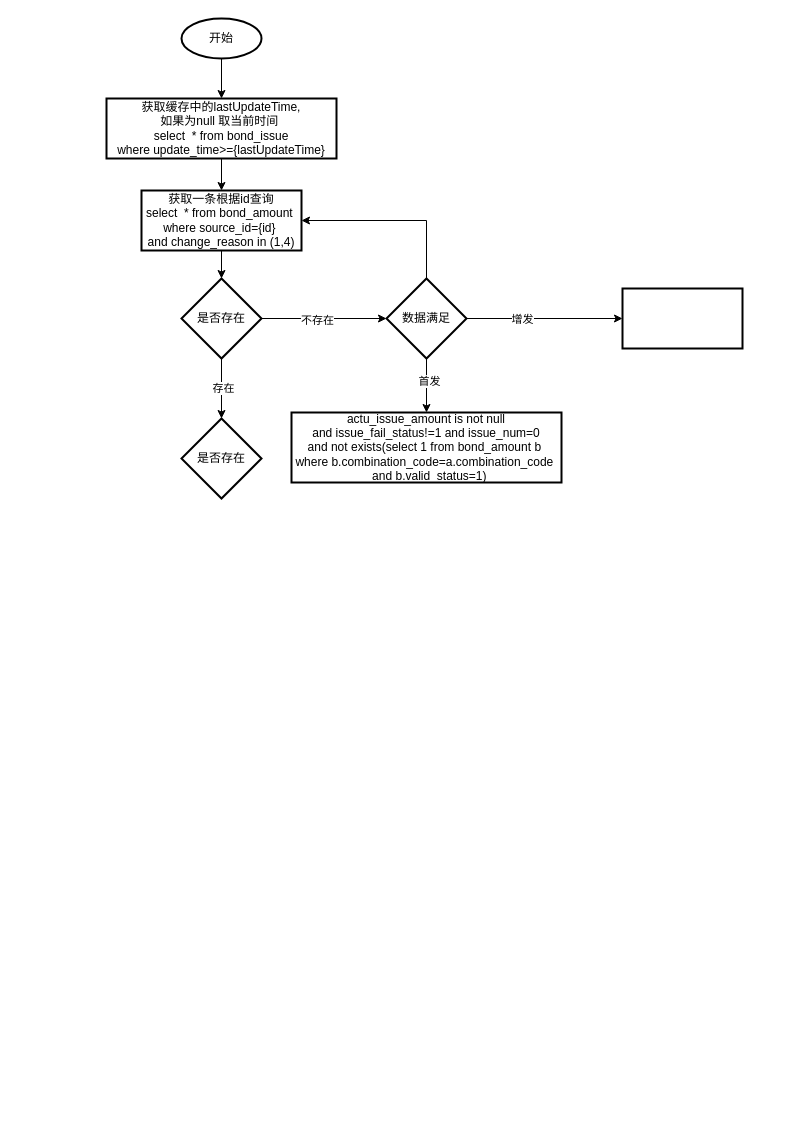
Before: bondAmount首发流程.drawio in xbluckly/test, a draw.io diagram. Source tidied: cells renumbered, new cells numbered last; positions are measured from the earlier drawing's top-left corner, leaving out a move shared by most shapes. Both pictures are drawn from the tidied source at 100%, with x=0, y=0 at pixel (106, 18).
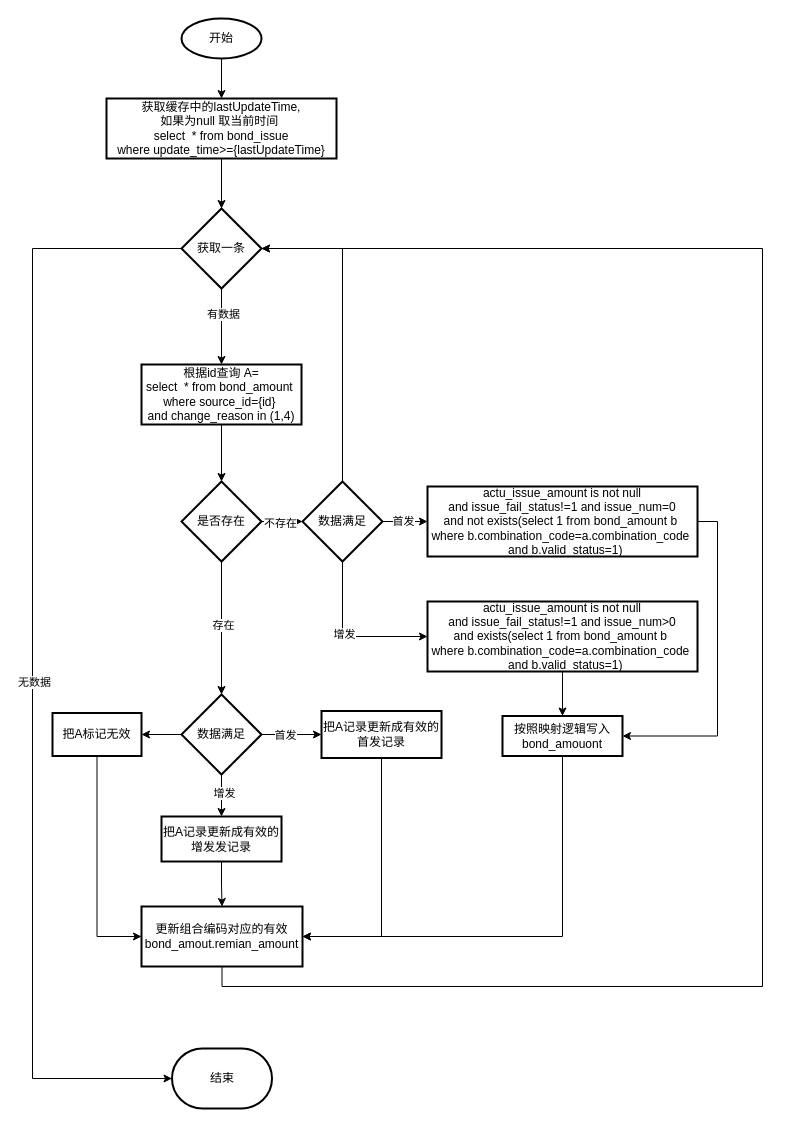
After the change.

Commit message:
更新bondAmount首发流程.drawio

The change refers to these unchanged cells:
```xml
<mxCell id="5" value="获取缓存中的lastUpdateTime,&lt;br&gt;如果为null 取当前时间&amp;nbsp;&lt;br&gt;&lt;span style=&quot;background-color: transparent;&quot;&gt;select&amp;nbsp; * from bond_issue&lt;/span&gt;&lt;div&gt;where update_time&amp;gt;={lastUpdateTime}&lt;/div&gt;" style="whiteSpace=wrap;html=1;strokeWidth=2;" parent="1" vertex="1">
  <mxGeometry y="80" width="230" height="60" as="geometry" />
</mxCell>
```

Diff of the diagram source:
```diff
@@
-    <mxCell id="4" style="edgeStyle=orthogonalEdgeStyle;rounded=0;jettySize=auto;html=1;" parent="1" edge="1" source="5" target="7">
-      <mxGeometry relative="1" as="geometry" />
-    </mxCell>
+    <mxCell id="22" style="edgeStyle=orthogonalEdgeStyle;rounded=0;jettySize=auto;html=1;" parent="1" edge="1" source="5" target="46">
+      <mxGeometry relative="1" as="geometry" />
+    </mxCell>
@@
-    <mxCell id="7" value="&lt;div&gt;获取一条根据id查询&lt;/div&gt;&lt;div&gt;select&amp;nbsp; * from bond_amount&amp;nbsp;&lt;/div&gt;&lt;div&gt;where source_id={id}&amp;nbsp;&lt;/div&gt;&lt;div&gt;and change_reason in (1,4)&lt;/div&gt;" style="whiteSpace=wrap;html=1;strokeWidth=2;" parent="1" vertex="1">
-      <mxGeometry x="35" y="172" width="160" height="60" as="geometry" />
+    <mxCell id="7" value="&lt;div&gt;根据id查询 A=&lt;/div&gt;&lt;div&gt;select&amp;nbsp; * from bond_amount&amp;nbsp;&lt;/div&gt;&lt;div&gt;where source_id={id}&amp;nbsp;&lt;/div&gt;&lt;div&gt;and change_reason in (1,4)&lt;/div&gt;" style="whiteSpace=wrap;html=1;strokeWidth=2;" parent="1" vertex="1">
+      <mxGeometry x="35" y="346" width="160" height="60" as="geometry" />
     </mxCell>
@@
     <mxCell id="12" value="是否存在" style="rhombus;whiteSpace=wrap;html=1;strokeWidth=2;" parent="1" vertex="1">
-      <mxGeometry x="75" y="260" width="80" height="80" as="geometry" />
+      <mxGeometry x="75" y="463" width="80" height="80" as="geometry" />
     </mxCell>
+    <mxCell id="23" style="edgeStyle=orthogonalEdgeStyle;rounded=0;jettySize=auto;html=1;" parent="1" edge="1" source="13" target="37">
+      <mxGeometry relative="1" as="geometry" />
+    </mxCell>
+    <mxCell id="24" value="增发" style="edgeLabel;html=1;align=center;verticalAlign=middle;" parent="23" vertex="1">
+      <mxGeometry x="-0.14" y="2" relative="1" as="geometry" />
+    </mxCell>
+    <mxCell id="25" style="edgeStyle=orthogonalEdgeStyle;rounded=0;jettySize=auto;html=1;" parent="1" edge="1" source="13" target="39">
+      <mxGeometry relative="1" as="geometry" />
+    </mxCell>
+    <mxCell id="26" value="首发" style="edgeLabel;html=1;align=center;verticalAlign=middle;" parent="25" vertex="1">
+      <mxGeometry x="-0.23" relative="1" as="geometry" />
+    </mxCell>
+    <mxCell id="27" style="edgeStyle=orthogonalEdgeStyle;rounded=0;jettySize=auto;html=1;" parent="1" edge="1" source="13" target="41">
+      <mxGeometry relative="1" as="geometry" />
+    </mxCell>
-    <mxCell id="13" value="是否存在" style="rhombus;whiteSpace=wrap;html=1;strokeWidth=2;" parent="1" vertex="1">
-      <mxGeometry x="75" y="400" width="80" height="80" as="geometry" />
+    <mxCell id="13" value="数据满足" style="rhombus;whiteSpace=wrap;html=1;strokeWidth=2;" parent="1" vertex="1">
+      <mxGeometry x="75" y="676" width="80" height="80" as="geometry" />
     </mxCell>
+    <mxCell id="18" style="edgeStyle=orthogonalEdgeStyle;rounded=0;jettySize=auto;html=1;exitX=0.5;exitY=0;exitDx=0;exitDy=0;entryX=1;entryY=0.5;entryDx=0;entryDy=0;" parent="1" edge="1" source="19" target="46">
+      <mxGeometry relative="1" as="geometry" />
+    </mxCell>
+    <mxCell id="28" style="edgeStyle=orthogonalEdgeStyle;rounded=0;jettySize=auto;html=1;" parent="1" edge="1" source="19" target="33">
+      <mxGeometry relative="1" as="geometry" />
+    </mxCell>
+    <mxCell id="29" value="首发" style="edgeLabel;html=1;align=center;verticalAlign=middle;" parent="28" vertex="1">
+      <mxGeometry x="-0.11" y="1" relative="1" as="geometry" />
+    </mxCell>
-    <mxCell id="14" style="edgeStyle=orthogonalEdgeStyle;rounded=0;jettySize=auto;html=1;" parent="1" edge="1" source="19" target="20">
+    <mxCell id="14" style="edgeStyle=orthogonalEdgeStyle;rounded=0;jettySize=auto;html=1;entryX=0;entryY=0.5;entryDx=0;entryDy=0;exitX=0.5;exitY=1;exitDx=0;exitDy=0;" parent="1" edge="1" source="19" target="20">
       <mxGeometry relative="1" as="geometry" />
     </mxCell>
-    <mxCell id="15" value="首发" style="edgeLabel;html=1;align=center;verticalAlign=middle;" parent="14" vertex="1">
-      <mxGeometry x="-0.2" y="2" relative="1" as="geometry" />
-    </mxCell>
-    <mxCell id="16" style="edgeStyle=orthogonalEdgeStyle;rounded=0;jettySize=auto;html=1;" parent="1" edge="1" source="19" target="21">
-      <mxGeometry relative="1" as="geometry" />
-    </mxCell>
-    <mxCell id="17" value="增发" style="edgeLabel;html=1;align=center;verticalAlign=middle;" parent="16" vertex="1">
-      <mxGeometry x="-0.3" relative="1" as="geometry" />
-    </mxCell>
-    <mxCell id="18" style="edgeStyle=orthogonalEdgeStyle;rounded=0;jettySize=auto;html=1;entryX=1;entryY=0.5;entryDx=0;entryDy=0;exitX=0.5;exitY=0;exitDx=0;exitDy=0;" parent="1" edge="1" source="19" target="7">
-      <mxGeometry relative="1" as="geometry" />
-    </mxCell>
+    <mxCell id="30" value="增发" style="edgeLabel;html=1;align=center;verticalAlign=middle;" parent="14" vertex="1">
+      <mxGeometry x="-0.11" y="1" relative="1" as="geometry">
+        <mxPoint y="1" as="offset" />
+      </mxGeometry>
+    </mxCell>
     <mxCell id="19" value="数据满足" style="rhombus;whiteSpace=wrap;html=1;strokeWidth=2;" parent="1" vertex="1">
-      <mxGeometry x="280" y="260" width="80" height="80" as="geometry" />
+      <mxGeometry x="196" y="463" width="80" height="80" as="geometry" />
     </mxCell>
+    <mxCell id="31" style="edgeStyle=orthogonalEdgeStyle;rounded=0;jettySize=auto;html=1;" parent="1" edge="1" source="20" target="35">
+      <mxGeometry relative="1" as="geometry" />
+    </mxCell>
-    <mxCell id="20" value="&lt;div&gt;actu_issue_amount is not null&lt;/div&gt;&lt;div&gt;and issue_fail_status!=1 and issue_num=0&lt;/div&gt;&lt;div&gt;and not exists(select 1 from bond_amount b&amp;nbsp;&lt;/div&gt;&lt;div&gt;where b.combination_code=a.combination_code&amp;nbsp;&lt;/div&gt;&lt;div&gt;&amp;nbsp; and b.valid_status=1)&lt;/div&gt;" style="whiteSpace=wrap;html=1;strokeWidth=2;" parent="1" vertex="1">
-      <mxGeometry x="185" y="394" width="270" height="70" as="geometry" />
+    <mxCell id="20" value="&lt;div&gt;actu_issue_amount is not null&lt;/div&gt;&lt;div&gt;and issue_fail_status!=1 and issue_num&amp;gt;0&lt;/div&gt;&lt;div&gt;and exists(select 1 from bond_amount b&amp;nbsp;&lt;/div&gt;&lt;div&gt;where b.combination_code=a.combination_code&amp;nbsp;&lt;/div&gt;&lt;div&gt;&amp;nbsp; and b.valid_status=1)&lt;/div&gt;" style="whiteSpace=wrap;html=1;strokeWidth=2;" parent="1" vertex="1">
+      <mxGeometry x="321" y="583" width="270" height="70" as="geometry" />
     </mxCell>
-    <mxCell id="21" style="whiteSpace=wrap;html=1;strokeWidth=2;" parent="1" vertex="1">
-      <mxGeometry x="516" y="270" width="120" height="60" as="geometry" />
-    </mxCell>
+    <mxCell id="32" style="edgeStyle=orthogonalEdgeStyle;rounded=0;jettySize=auto;html=1;entryX=1;entryY=0.5;entryDx=0;entryDy=0;exitX=1;exitY=0.5;exitDx=0;exitDy=0;" parent="1" edge="1" source="33" target="35">
+      <mxGeometry relative="1" as="geometry" />
+    </mxCell>
+    <mxCell id="33" value="&lt;div&gt;actu_issue_amount is not null&lt;/div&gt;&lt;div&gt;and issue_fail_status!=1 and issue_num=0&lt;/div&gt;&lt;div&gt;and not exists(select 1 from bond_amount b&amp;nbsp;&lt;/div&gt;&lt;div&gt;where b.combination_code=a.combination_code&amp;nbsp;&lt;/div&gt;&lt;div&gt;&amp;nbsp; and b.valid_status=1)&lt;/div&gt;" style="whiteSpace=wrap;html=1;strokeWidth=2;" parent="1" vertex="1">
+      <mxGeometry x="321" y="468" width="270" height="70" as="geometry" />
+    </mxCell>
+    <mxCell id="34" style="edgeStyle=orthogonalEdgeStyle;rounded=0;jettySize=auto;html=1;entryX=1;entryY=0.5;entryDx=0;entryDy=0;exitX=0.5;exitY=1;exitDx=0;exitDy=0;" parent="1" edge="1" source="35" target="48">
+      <mxGeometry relative="1" as="geometry" />
+    </mxCell>
+    <mxCell id="35" value="按照映射逻辑写入bond_amouont" style="whiteSpace=wrap;html=1;strokeWidth=2;" parent="1" vertex="1">
+      <mxGeometry x="396" y="697.5" width="120" height="40" as="geometry" />
+    </mxCell>
+    <mxCell id="36" style="edgeStyle=orthogonalEdgeStyle;rounded=0;jettySize=auto;html=1;" parent="1" edge="1" source="37" target="48">
+      <mxGeometry relative="1" as="geometry" />
+    </mxCell>
+    <mxCell id="37" value="&lt;br&gt;&lt;span style=&quot;color: rgb(0, 0, 0); font-family: Helvetica; font-size: 12px; font-style: normal; font-variant-ligatures: normal; font-variant-caps: normal; font-weight: 400; letter-spacing: normal; orphans: 2; text-align: center; text-indent: 0px; text-transform: none; widows: 2; word-spacing: 0px; -webkit-text-stroke-width: 0px; white-space: normal; background-color: rgb(251, 251, 251); text-decoration-thickness: initial; text-decoration-style: initial; text-decoration-color: initial; float: none; display: inline !important;&quot;&gt;把A记录更新成有效的增发发记录&lt;/span&gt;&lt;div&gt;&lt;br/&gt;&lt;/div&gt;" style="whiteSpace=wrap;html=1;strokeWidth=2;" parent="1" vertex="1">
+      <mxGeometry x="55" y="798" width="120" height="45" as="geometry" />
+    </mxCell>
+    <mxCell id="38" style="edgeStyle=orthogonalEdgeStyle;rounded=0;jettySize=auto;html=1;entryX=1;entryY=0.5;entryDx=0;entryDy=0;exitX=0.5;exitY=1;exitDx=0;exitDy=0;" parent="1" edge="1" source="39" target="48">
+      <mxGeometry relative="1" as="geometry" />
+    </mxCell>
+    <mxCell id="39" value="把A记录更新成有效的首发记录" style="whiteSpace=wrap;html=1;strokeWidth=2;" parent="1" vertex="1">
+      <mxGeometry x="215" y="692.5" width="120" height="47" as="geometry" />
+    </mxCell>
+    <mxCell id="40" style="edgeStyle=orthogonalEdgeStyle;rounded=0;jettySize=auto;html=1;entryX=0;entryY=0.5;entryDx=0;entryDy=0;" parent="1" edge="1" source="41" target="48">
+      <mxGeometry relative="1" as="geometry" />
+    </mxCell>
+    <mxCell id="41" value="把A标记无效" style="whiteSpace=wrap;html=1;strokeWidth=2;" parent="1" vertex="1">
+      <mxGeometry x="-54" y="694.5" width="89" height="43" as="geometry" />
+    </mxCell>
+    <mxCell id="42" style="edgeStyle=orthogonalEdgeStyle;rounded=0;jettySize=auto;html=1;" parent="1" edge="1" source="46" target="7">
+      <mxGeometry relative="1" as="geometry" />
+    </mxCell>
+    <mxCell id="43" value="有数据" style="edgeLabel;html=1;align=center;verticalAlign=middle;" parent="42" vertex="1">
+      <mxGeometry x="-0.34" y="1" relative="1" as="geometry" />
+    </mxCell>
+    <mxCell id="44" style="edgeStyle=orthogonalEdgeStyle;rounded=0;jettySize=auto;html=1;entryX=0;entryY=0.5;entryDx=0;entryDy=0;entryPerimeter=0;" parent="1" edge="1" source="46" target="49">
+      <mxGeometry relative="1" as="geometry">
+        <Array as="points">
+          <mxPoint x="-74" y="230" />
+          <mxPoint x="-74" y="1060" />
+        </Array>
+      </mxGeometry>
+    </mxCell>
+    <mxCell id="45" value="无数据" style="edgeLabel;html=1;align=center;verticalAlign=middle;" parent="44" vertex="1">
+      <mxGeometry x="0.04" y="1" relative="1" as="geometry" />
+    </mxCell>
+    <mxCell id="46" value="获取一条" style="rhombus;whiteSpace=wrap;html=1;strokeWidth=2;" parent="1" vertex="1">
+      <mxGeometry x="75" y="190" width="80" height="80" as="geometry" />
+    </mxCell>
+    <mxCell id="47" style="edgeStyle=orthogonalEdgeStyle;rounded=0;jettySize=auto;html=1;entryX=1;entryY=0.5;entryDx=0;entryDy=0;exitX=0.5;exitY=1;exitDx=0;exitDy=0;" parent="1" edge="1" source="48" target="46">
+      <mxGeometry relative="1" as="geometry">
+        <Array as="points">
+          <mxPoint x="116" y="968" />
+          <mxPoint x="656" y="968" />
+          <mxPoint x="656" y="230" />
+        </Array>
+      </mxGeometry>
+    </mxCell>
+    <mxCell id="48" value="更新组合编码对应的有效bond_amout.remian_amount" style="whiteSpace=wrap;html=1;strokeWidth=2;" parent="1" vertex="1">
+      <mxGeometry x="35" y="888" width="161" height="60" as="geometry" />
+    </mxCell>
+    <mxCell id="49" value="结束" style="strokeWidth=2;html=1;shape=mxgraph.flowchart.terminator;whiteSpace=wrap;" parent="1" vertex="1">
+      <mxGeometry x="65.5" y="1030" width="100" height="60" as="geometry" />
+    </mxCell>
```
